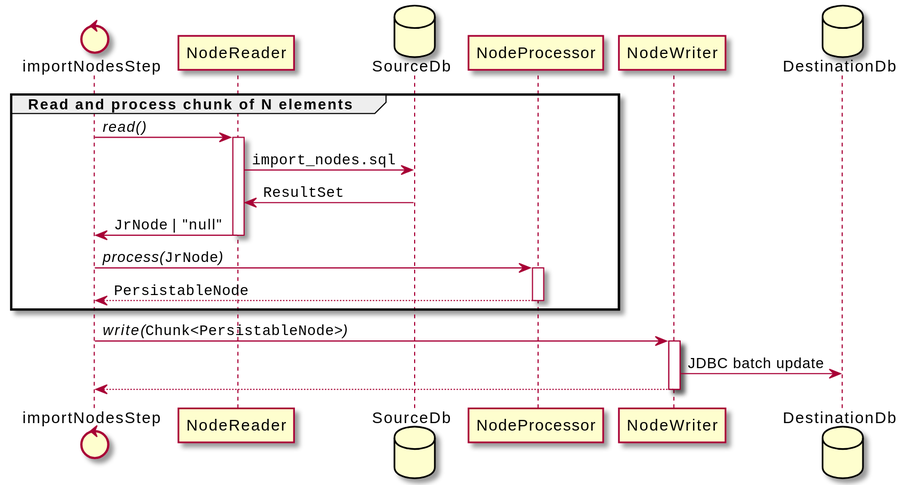
Earlier version of the PlantUML export images/import_nodes_step.svg (HSLdevcom/jore4-jore3-importer).
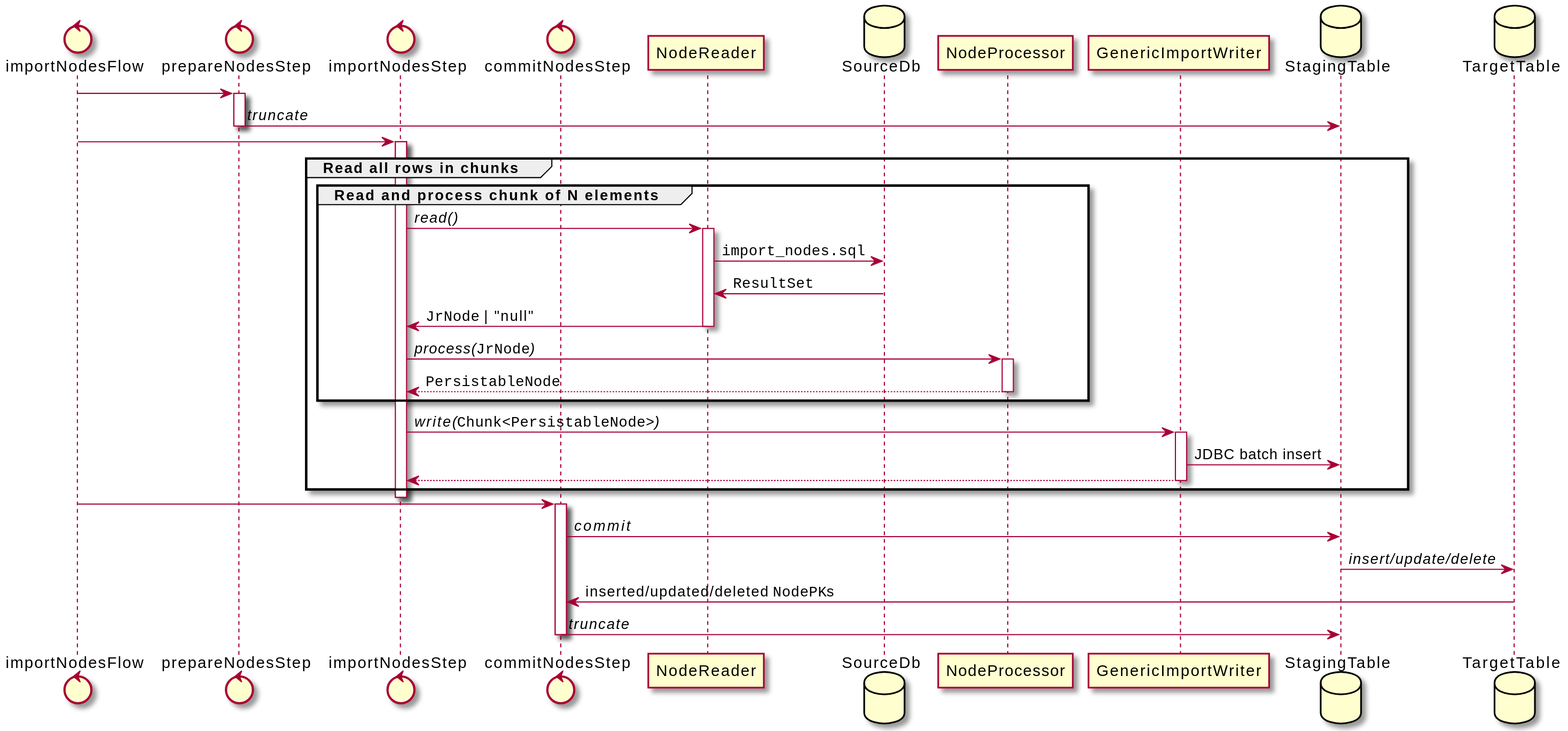
The same diagram one commit later.

What changed in the source:
```diff
@@ -1,34 +1,63 @@
 @startuml
 
-control importNodesStep as step
-participant NodeReader as node_reader
+control importNodesFlow as flow
+control prepareNodesStep as prepare_step
+control importNodesStep as import_step
+control commitNodesStep as commit_step
+participant NodeReader as reader
 database SourceDb as sdb
 participant NodeProcessor as processor
-participant NodeWriter as writer
-database DestinationDb as ddb
+participant GenericImportWriter as writer
+database StagingTable as staging_table
+database TargetTable as target_table
 
-group Read and process chunk of N elements
+flow -> prepare_step
+activate prepare_step
 
-    step -> node_reader : //read()//
-    activate node_reader
+prepare_step -> staging_table : //truncate//
+deactivate prepare_step
 
-    node_reader -> sdb : ""import_nodes.sql""
-    node_reader <- sdb : ""ResultSet""
+flow -> import_step
+activate import_step
 
-    step <- node_reader :""JrNode"" | "null"
-    deactivate node_reader
+group Read all rows in chunks
 
-    step -> processor : //process(//""JrNode""//)//
-    activate processor
-    step <-- processor : ""PersistableNode""
-    deactivate processor
+    group Read and process chunk of N elements
+
+        import_step -> reader : //read()//
+        activate reader
+
+        reader -> sdb : ""import_nodes.sql""
+        reader <- sdb : ""ResultSet""
+
+        import_step <- reader :""JrNode"" | "null"
+        deactivate reader
+
+        import_step -> processor : //process(//""JrNode""//)//
+        activate processor
+        import_step <-- processor : ""PersistableNode""
+        deactivate processor
+
+    end
+
+    import_step -> writer : //write(//""Chunk<PersistableNode>""//)//
+    activate writer
+    writer -> staging_table : JDBC batch insert
+    import_step <-- writer
+    deactivate writer
 
 end
 
-step -> writer : //write(//""Chunk<PersistableNode>""//)//
-activate writer
-writer -> ddb : JDBC batch update
-step <-- writer
-deactivate writer
+deactivate import_step
+
+flow -> commit_step
+activate commit_step
+
+commit_step -> staging_table : //commit//
+staging_table -> target_table : //insert/update/delete//
+commit_step <- target_table : inserted/updated/deleted ""NodePK""s
+
+commit_step -> staging_table : //truncate//
+deactivate commit_step
 
 @enduml
```
